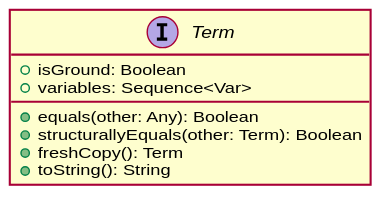
Earlier version of the PlantUML export img/term.svg (gciatto-unibo/2p-kt-presentation).
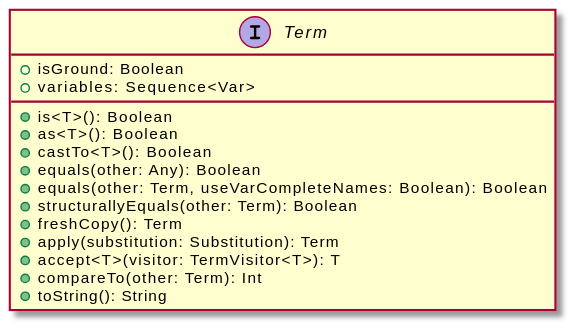
Above is the later version.

What changed in the source:
```diff
@@ -1,12 +1,17 @@
 @startuml
-skinparam shadowing false
-
 interface Term {
   + isGround: Boolean
   + variables: Sequence<Var>
+  + is<T>(): Boolean
+  + as<T>(): Boolean
+  + castTo<T>(): Boolean
   + equals(other: Any): Boolean
+  + equals(other: Term, useVarCompleteNames: Boolean): Boolean
   + structurallyEquals(other: Term): Boolean
   + freshCopy(): Term
+  + apply(substitution: Substitution): Term
+  + accept<T>(visitor: TermVisitor<T>): T
+  + compareTo(other: Term): Int
   + toString(): String
 }
 @enduml
```
